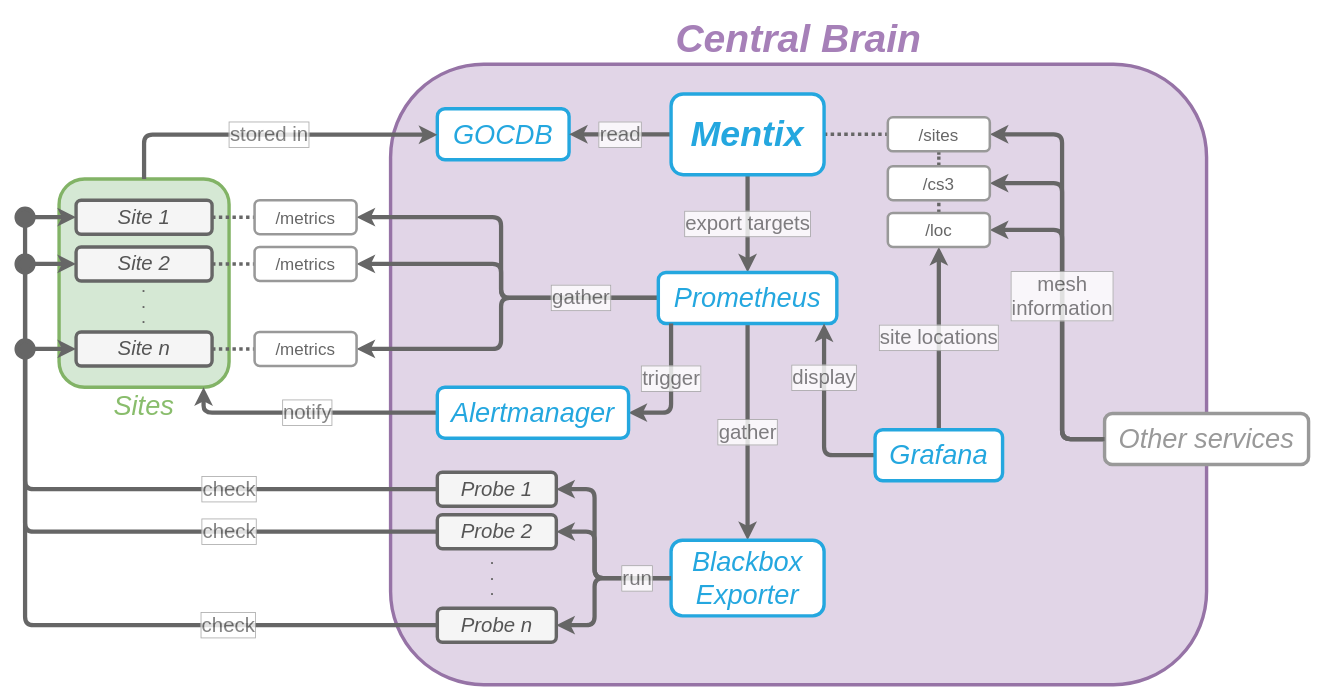
The draw.io diagram docs/mentix/mentix_flow.drawio in Daniel-WWU-IT/sciencemesh-wwu, before the edit. Source tidied: cells renumbered, new cells numbered last; positions are measured from the earlier drawing's top-left corner, leaving out a move shared by most shapes. Both pictures are drawn from the tidied source at 85%, with x=0, y=0 at pixel (16, 64).
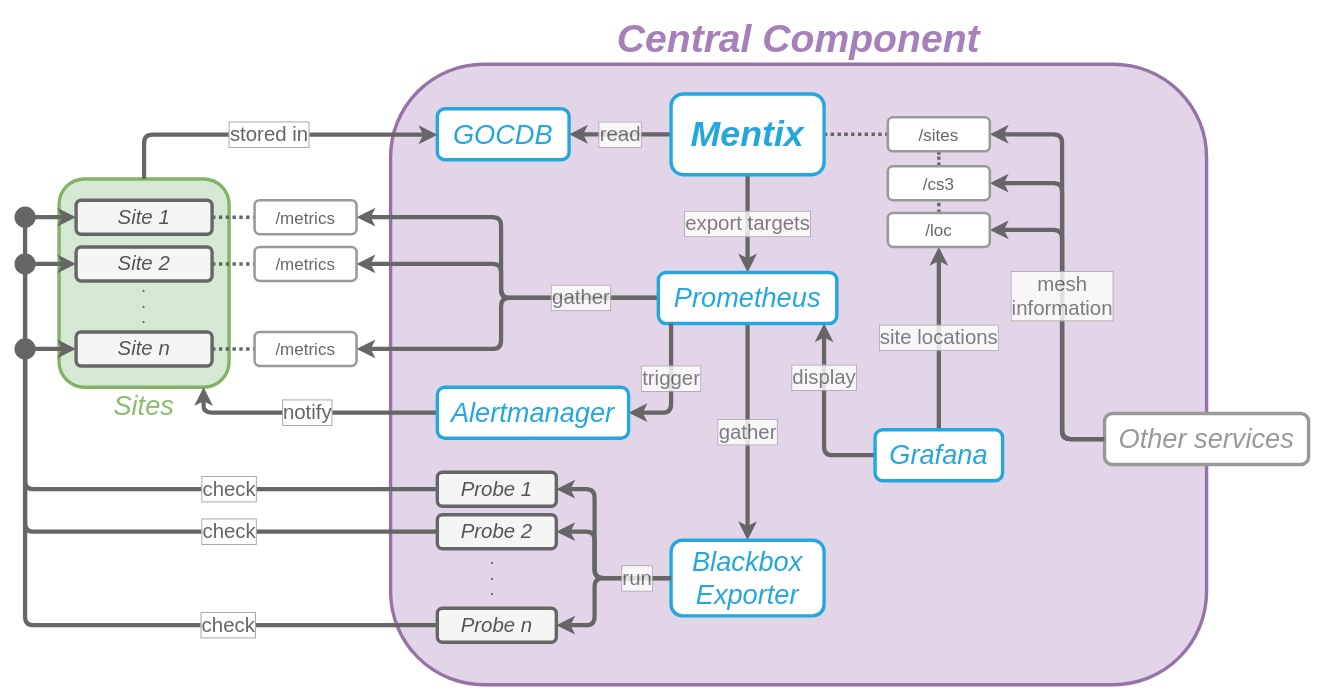
The same page after the edit.

Commit message (it also covers changes not shown here):
Fix Mentix diagram

The change refers to these unchanged cells:
```xml
<mxCell id="2" value="Sites" style="whiteSpace=wrap;html=1;fontStyle=2;horizontal=1;verticalAlign=top;fontSize=32;rounded=1;strokeColor=#82b366;strokeWidth=4;sketch=0;fillColor=#d5e8d4;labelPosition=center;verticalLabelPosition=bottom;align=center;labelBackgroundColor=none;fontColor=#89BD6C;spacingTop=-4;" parent="1" vertex="1">
  <mxGeometry x="50" y="135" width="200" height="245" as="geometry" />
</mxCell>
<mxCell id="6" value="Site n" style="whiteSpace=wrap;html=1;sketch=0;fontSize=24;rounded=1;shadow=0;strokeColor=#666666;strokeWidth=4;glass=0;fontStyle=2;fontColor=#555555;fillColor=#f5f5f5;" parent="1" vertex="1">
  <mxGeometry x="70" y="315" width="160" height="40" as="geometry" />
</mxCell>
<mxCell id="9" value="GOCDB" style="whiteSpace=wrap;html=1;sketch=0;fontSize=32;fontStyle=2;rounded=1;fontColor=#24A7DF;strokeColor=#24A7DF;strokeWidth=4;" parent="1" vertex="1">
  <mxGeometry x="495" y="52.5" width="155" height="60" as="geometry" />
</mxCell>
<mxCell id="32" value="Probe 1" style="whiteSpace=wrap;html=1;sketch=0;fontSize=24;strokeWidth=4;strokeColor=#666666;glass=0;rounded=1;shadow=0;fontStyle=2;fontColor=#555555;fillColor=#f5f5f5;" parent="1" vertex="1">
  <mxGeometry x="495" y="480" width="140" height="40" as="geometry" />
</mxCell>
<mxCell id="33" value="Probe 2" style="whiteSpace=wrap;html=1;sketch=0;fontSize=24;strokeWidth=4;strokeColor=#666666;glass=0;rounded=1;shadow=0;fontStyle=2;fontColor=#555555;fillColor=#f5f5f5;" parent="1" vertex="1">
  <mxGeometry x="495" y="530" width="140" height="40" as="geometry" />
</mxCell>
<mxCell id="34" value="Probe n" style="whiteSpace=wrap;html=1;sketch=0;fontSize=24;strokeWidth=4;strokeColor=#666666;glass=0;rounded=1;shadow=0;fontStyle=2;fontColor=#555555;fillColor=#f5f5f5;" parent="1" vertex="1">
  <mxGeometry x="495" y="640" width="140" height="40" as="geometry" />
</mxCell>
<mxCell id="37" value="Site 1" style="whiteSpace=wrap;html=1;sketch=0;fontSize=24;rounded=1;shadow=0;strokeColor=#666666;strokeWidth=4;glass=0;fontStyle=2;fillColor=#f5f5f5;fontColor=#555555;" parent="1" vertex="1">
  <mxGeometry x="70" y="160" width="160" height="40" as="geometry" />
</mxCell>
<mxCell id="38" value="Site 2" style="whiteSpace=wrap;html=1;sketch=0;fontSize=24;rounded=1;shadow=0;strokeColor=#666666;strokeWidth=4;glass=0;fontStyle=2;fontColor=#555555;fillColor=#f5f5f5;" parent="1" vertex="1">
  <mxGeometry x="70" y="215" width="160" height="40" as="geometry" />
</mxCell>
<mxCell id="53" value="Alertmanager" style="whiteSpace=wrap;html=1;sketch=0;fontSize=32;fontStyle=2;rounded=1;fontColor=#24A7DF;strokeColor=#24A7DF;strokeWidth=4;" parent="1" vertex="1">
  <mxGeometry x="495" y="380" width="225" height="60" as="geometry" />
</mxCell>
```

Change to the diagram source:
```diff
@@
-    <mxCell id="8" value="Central Brain" style="whiteSpace=wrap;html=1;sketch=0;fontSize=46;verticalAlign=bottom;fontStyle=3;fillColor=#e1d5e7;strokeColor=#9673a6;strokeWidth=4;rounded=1;fontColor=#A680B8;labelPosition=center;verticalLabelPosition=top;align=center;" parent="1" vertex="1">
+    <mxCell id="8" value="Central Component" style="whiteSpace=wrap;html=1;sketch=0;fontSize=46;verticalAlign=bottom;fontStyle=3;fillColor=#e1d5e7;strokeColor=#9673a6;strokeWidth=4;rounded=1;fontColor=#A680B8;labelPosition=center;verticalLabelPosition=top;align=center;" parent="1" vertex="1">
       <mxGeometry x="440" width="960" height="730" as="geometry" />
     </mxCell>
@@
-    <mxCell id="39" value="check" style="edgeStyle=orthogonalEdgeStyle;curved=0;sketch=0;jettySize=auto;html=1;entryX=0;entryY=0.5;entryDx=0;entryDy=0;fontSize=24;fontColor=#666666;fontStyle=0;strokeColor=#666666;strokeWidth=5;textOpacity=80;labelBorderColor=#999999;spacing=2;spacingTop=0;exitX=0;exitY=0.5;exitDx=0;exitDy=0;" parent="1" edge="1" source="34" target="37">
+    <mxCell id="39" value="check" style="edgeStyle=orthogonalEdgeStyle;curved=0;sketch=0;jettySize=auto;html=1;entryX=0;entryY=0.5;entryDx=0;entryDy=0;fontSize=24;fontColor=#666666;fontStyle=0;strokeColor=#666666;strokeWidth=5;labelBorderColor=#999999;spacing=2;spacingTop=0;exitX=0;exitY=0.5;exitDx=0;exitDy=0;" parent="1" edge="1" source="34" target="37">
       <mxGeometry x="-0.52" relative="1" as="geometry">
         <Array as="points">
           <mxPoint x="10" y="660" />
           <mxPoint x="10" y="180" />
         </Array>
       </mxGeometry>
     </mxCell>
-    <mxCell id="40" value="check" style="edgeStyle=orthogonalEdgeStyle;curved=0;sketch=0;jettySize=auto;html=1;entryX=0;entryY=0.5;entryDx=0;entryDy=0;fontSize=24;fontColor=#666666;fontStyle=0;strokeColor=#666666;strokeWidth=5;textOpacity=80;labelBorderColor=#999999;spacing=2;spacingTop=0;exitX=0;exitY=0.5;exitDx=0;exitDy=0;" parent="1" edge="1" source="33" target="38">
+    <mxCell id="40" value="check" style="edgeStyle=orthogonalEdgeStyle;curved=0;sketch=0;jettySize=auto;html=1;entryX=0;entryY=0.5;entryDx=0;entryDy=0;fontSize=24;fontColor=#666666;fontStyle=0;strokeColor=#666666;strokeWidth=5;labelBorderColor=#999999;spacing=2;spacingTop=0;exitX=0;exitY=0.5;exitDx=0;exitDy=0;" parent="1" edge="1" source="33" target="38">
       <mxGeometry x="-0.43" relative="1" as="geometry">
         <Array as="points">
           <mxPoint x="10" y="550" />
           <mxPoint x="10" y="235" />
         </Array>
       </mxGeometry>
     </mxCell>
-    <mxCell id="41" value="check" style="edgeStyle=orthogonalEdgeStyle;curved=0;sketch=0;jettySize=auto;html=1;fontSize=24;fontColor=#666666;fontStyle=0;strokeColor=#666666;strokeWidth=5;textOpacity=80;labelBorderColor=#999999;spacing=2;spacingTop=0;entryX=0;entryY=0.5;entryDx=0;entryDy=0;exitX=0;exitY=0.5;exitDx=0;exitDy=0;" parent="1" edge="1" source="32" target="6">
+    <mxCell id="41" value="check" style="edgeStyle=orthogonalEdgeStyle;curved=0;sketch=0;jettySize=auto;html=1;fontSize=24;fontColor=#666666;fontStyle=0;strokeColor=#666666;strokeWidth=5;labelBorderColor=#999999;spacing=2;spacingTop=0;entryX=0;entryY=0.5;entryDx=0;entryDy=0;exitX=0;exitY=0.5;exitDx=0;exitDy=0;" parent="1" edge="1" source="32" target="6">
       <mxGeometry x="-0.31" relative="1" as="geometry">
         <Array as="points">
           <mxPoint x="10" y="500" />
           <mxPoint x="10" y="335" />
         </Array>
       </mxGeometry>
     </mxCell>
@@
-    <mxCell id="50" value="stored in" style="edgeStyle=orthogonalEdgeStyle;curved=0;sketch=0;jettySize=auto;html=1;fontSize=24;exitX=0.5;exitY=0;exitDx=0;exitDy=0;fontColor=#666666;fontStyle=0;strokeColor=#666666;strokeWidth=5;textOpacity=80;labelBorderColor=#999999;spacing=2;spacingTop=0;" parent="1" edge="1" source="2" target="9">
+    <mxCell id="50" value="stored in" style="edgeStyle=orthogonalEdgeStyle;curved=0;sketch=0;jettySize=auto;html=1;fontSize=24;exitX=0.5;exitY=0;exitDx=0;exitDy=0;fontColor=#666666;fontStyle=0;strokeColor=#666666;strokeWidth=5;labelBorderColor=#999999;spacing=2;spacingTop=0;" parent="1" edge="1" source="2" target="9">
       <mxGeometry relative="1" as="geometry">
         <Array as="points">
           <mxPoint x="150" y="83" />
         </Array>
       </mxGeometry>
     </mxCell>
@@
-    <mxCell id="52" value="notify" style="edgeStyle=orthogonalEdgeStyle;rounded=1;jettySize=auto;html=1;entryX=0.85;entryY=1;entryDx=0;entryDy=0;endArrow=classic;fontSize=24;fontColor=#666666;fontStyle=0;strokeColor=#666666;strokeWidth=5;textOpacity=80;labelBorderColor=#999999;spacing=2;spacingTop=0;sketch=0;entryPerimeter=0;" parent="1" edge="1" source="53" target="2">
+    <mxCell id="52" value="notify" style="edgeStyle=orthogonalEdgeStyle;rounded=1;jettySize=auto;html=1;entryX=0.85;entryY=1;entryDx=0;entryDy=0;endArrow=classic;fontSize=24;fontColor=#666666;fontStyle=0;strokeColor=#666666;strokeWidth=5;labelBorderColor=#999999;spacing=2;spacingTop=0;sketch=0;entryPerimeter=0;" parent="1" edge="1" source="53" target="2">
       <mxGeometry relative="1" as="geometry" />
     </mxCell>
```
